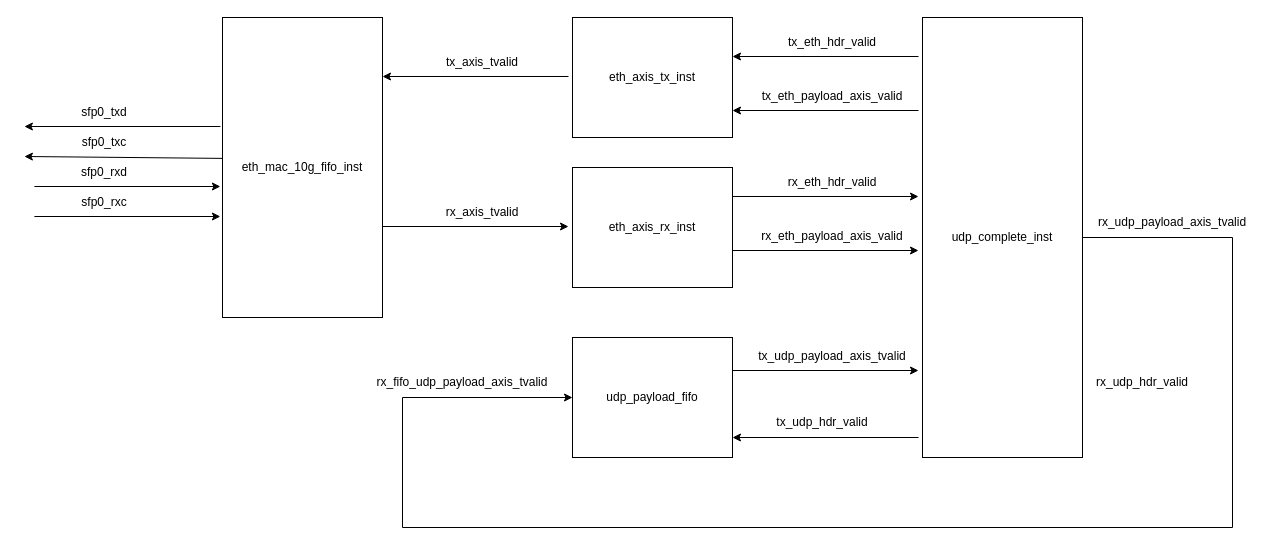
Before: page "fpga_core" (2 of 3) of verilog-ethernet.drawio in gdhzyz/draws, a draw.io diagram. Source tidied: cells renumbered, new cells numbered last; positions are measured from the earlier drawing's top-left corner, leaving out a move shared by most shapes. Both pictures are drawn from the tidied source at 100%, with x=0, y=0 at pixel (24, 17).
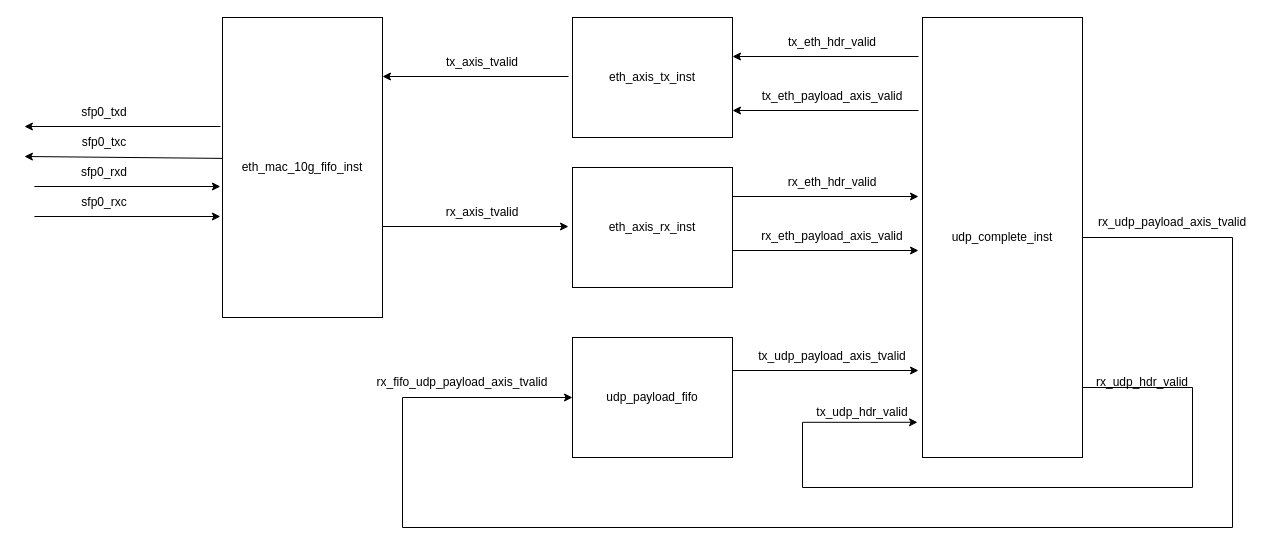
Above is the later version.

Unchanged cells that the change refers to:
```xml
<mxCell id="20" value="udp_complete_inst" style="rounded=0;whiteSpace=wrap;html=1;" parent="1" vertex="1">
  <mxGeometry x="898" width="160" height="440" as="geometry" />
</mxCell>
```

Diff of the diagram source:
```diff
@@
     <mxCell id="31" value="tx_udp_hdr_valid" style="text;strokeColor=none;align=center;fillColor=none;html=1;verticalAlign=middle;whiteSpace=wrap;rounded=0;" parent="1" vertex="1">
-      <mxGeometry x="768" y="390" width="60" height="30" as="geometry" />
+      <mxGeometry x="808" y="380" width="60" height="30" as="geometry" />
     </mxCell>
@@
-    <mxCell id="34" style="endArrow=classic;html=1;rounded=0;entryX=-0.025;entryY=0.295;entryDx=0;entryDy=0;entryPerimeter=0;" parent="1" edge="1">
-      <mxGeometry relative="1" as="geometry">
-        <mxPoint x="894" y="420" as="sourcePoint" />
-        <mxPoint x="708" y="420" as="targetPoint" />
-      </mxGeometry>
-    </mxCell>
+    <mxCell id="35" style="edgeStyle=orthogonalEdgeStyle;rounded=0;jettySize=auto;html=1;entryX=-0.031;entryY=0.92;entryDx=0;entryDy=0;entryPerimeter=0;" parent="1" edge="1" target="20">
+      <mxGeometry relative="1" as="geometry">
+        <mxPoint x="1058" y="370" as="sourcePoint" />
+        <Array as="points">
+          <mxPoint x="1168" y="370" />
+          <mxPoint x="1168" y="470" />
+          <mxPoint x="778" y="470" />
+          <mxPoint x="778" y="405" />
+        </Array>
+      </mxGeometry>
+    </mxCell>
```
